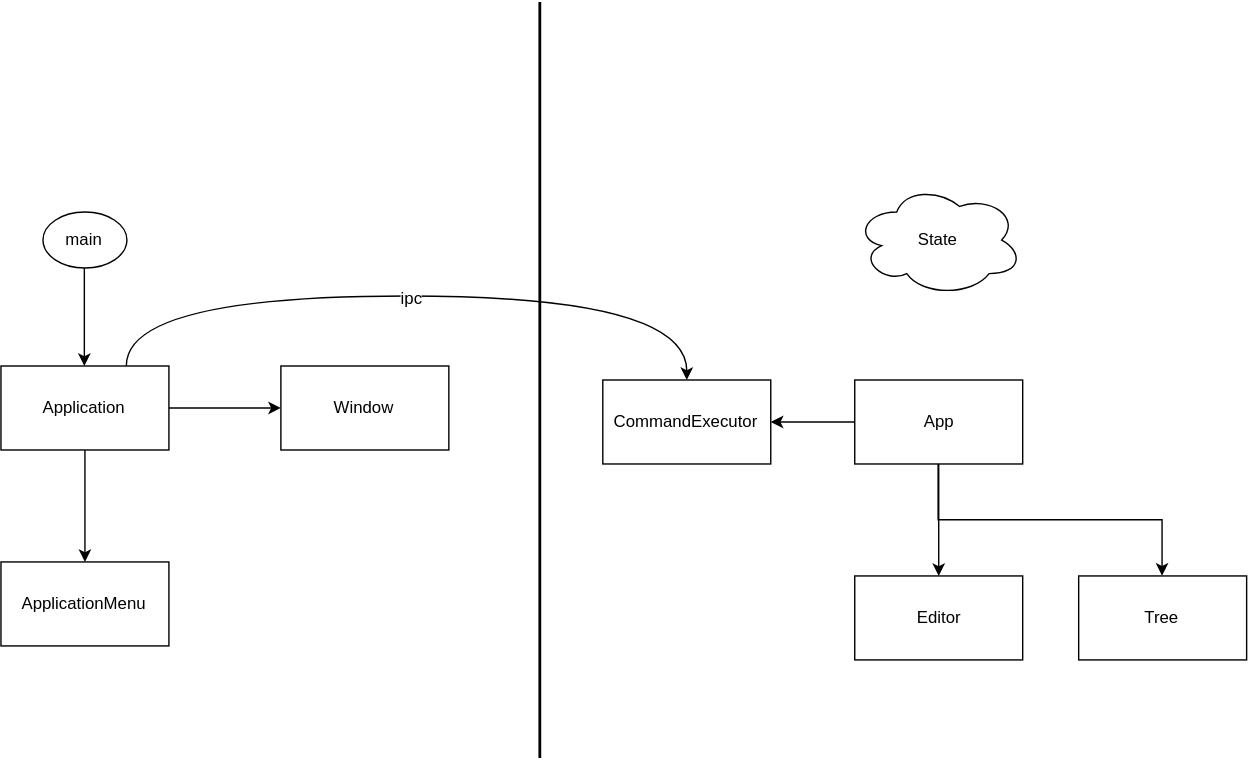
This is source/img/mmnote-architecture-170211.svg from mushanshitiancai/hexo-blog, a draw.io export, as it was before one commit. Source tidied: cells renumbered, new cells last; positions are measured from the earlier drawing's top-left corner, leaving out a move shared by most shapes.
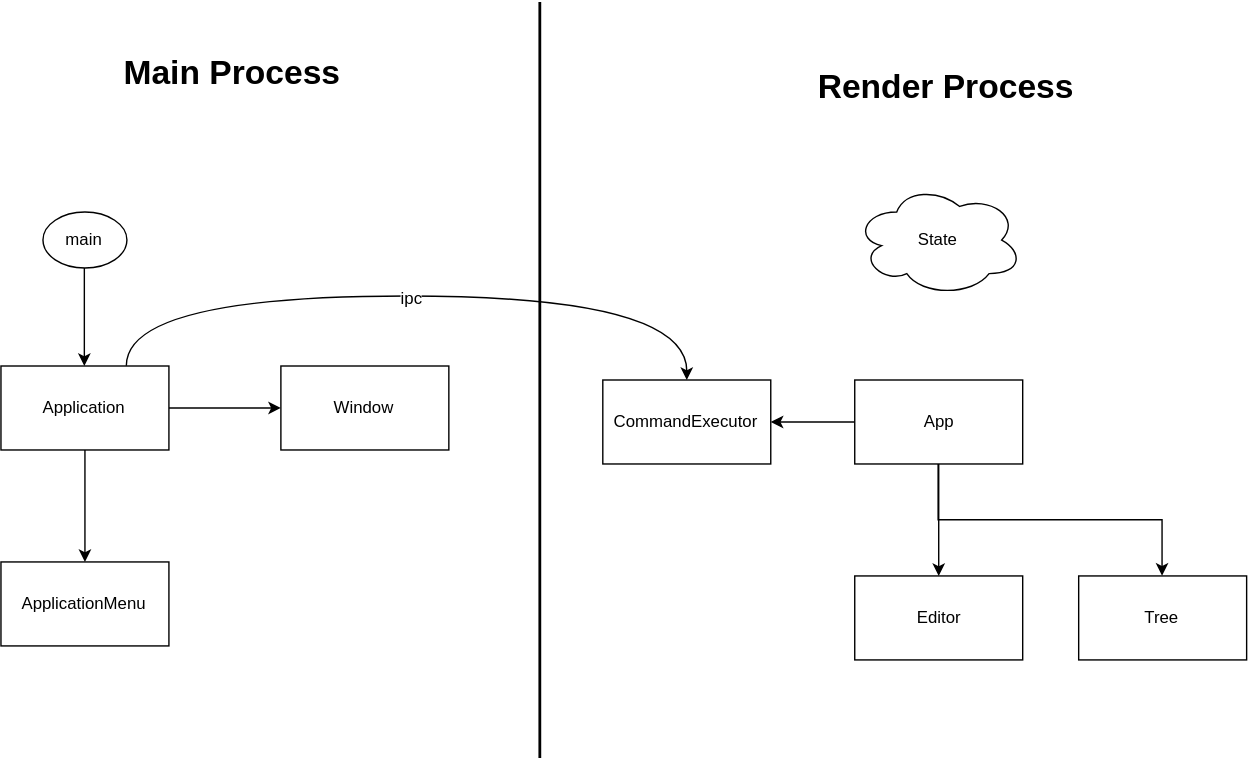
Later version of the same file.

Diff of the diagram source:
```diff
@@ -63,5 +63,11 @@
     <mxCell id="19" value="Tree" style="whiteSpace=wrap;html=1;" parent="1" vertex="1">
       <mxGeometry x="770" y="410" width="120" height="60" as="geometry" />
     </mxCell>
+    <mxCell id="20" value="Main Process" style="text;html=1;fontSize=24;fontStyle=1;verticalAlign=middle;align=center;" parent="1" vertex="1">
+      <mxGeometry x="70" y="30" width="190" height="40" as="geometry" />
+    </mxCell>
+    <mxCell id="21" value="Render Process" style="text;html=1;fontSize=24;fontStyle=1;verticalAlign=middle;align=center;" parent="1" vertex="1">
+      <mxGeometry x="580" y="40" width="190" height="40" as="geometry" />
+    </mxCell>
   </root>
 </mxGraphModel>
```
